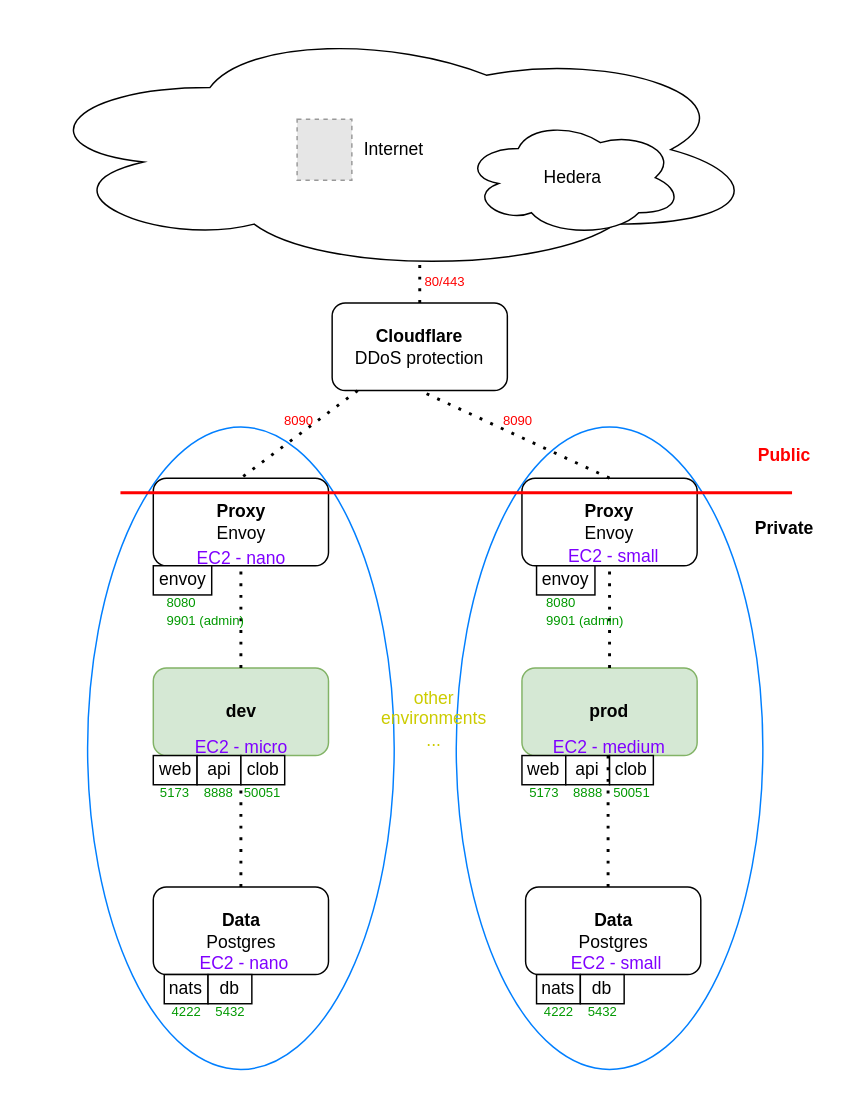
Above: resources/Predict.drawio in Amplified-Information/testing (draw.io), before the change. Source tidied: cells renumbered, new cells numbered last; positions are measured from the earlier drawing's top-left corner, leaving out a move shared by most shapes. Both pictures are drawn from the tidied source at 146%, with x=0, y=0 at pixel (25, 25). Pictures stored in the file or linked from it are replaced by grey dashed boxes.
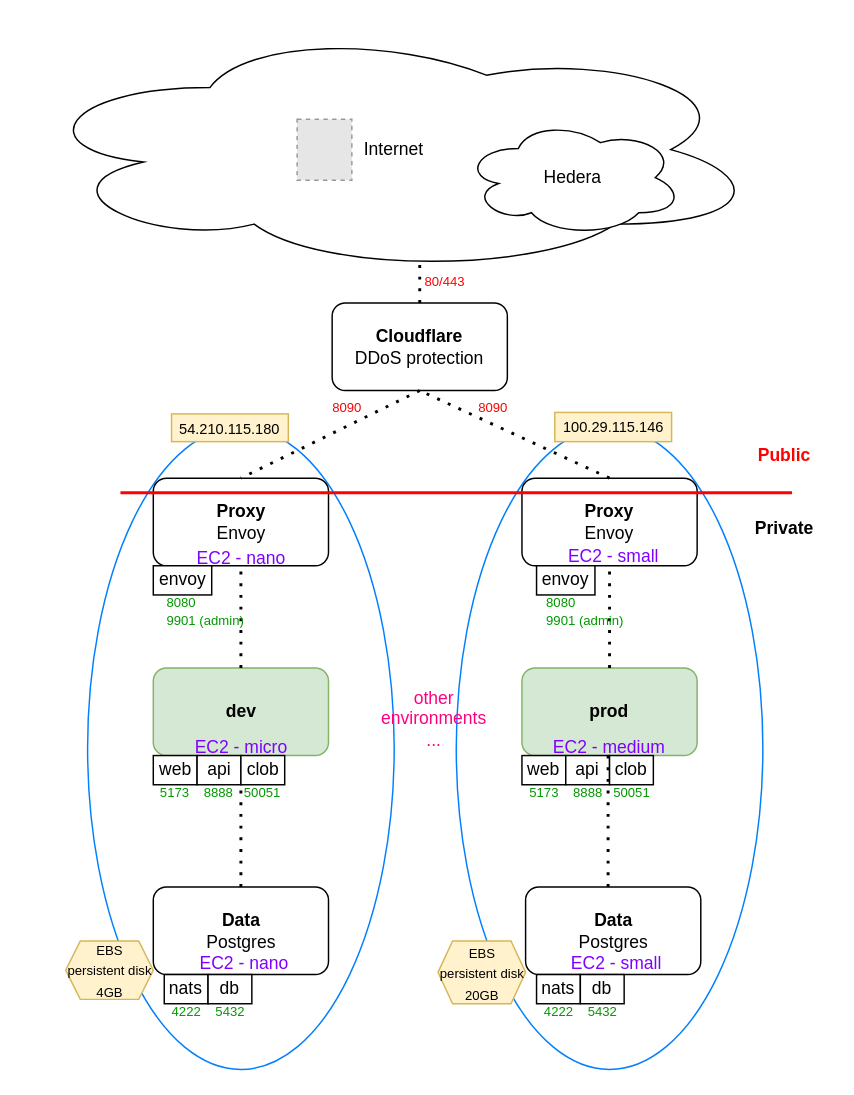
The same page after the edit.

Commit message (it also covers changes not shown here):
Updated the design diagram

The change refers to these unchanged cells:
```xml
<mxCell id="4" value="&lt;b&gt;Proxy&lt;/b&gt;&lt;br&gt;Envoy" style="rounded=1;whiteSpace=wrap;html=1;" parent="1" vertex="1">
  <mxGeometry x="87.5" y="310" width="120" height="60" as="geometry" />
</mxCell>
<mxCell id="14" value="&lt;b&gt;Cloudflare&lt;/b&gt;&lt;br&gt;DDoS protection" style="rounded=1;whiteSpace=wrap;html=1;" parent="1" vertex="1">
  <mxGeometry x="210" y="190" width="120" height="60" as="geometry" />
</mxCell>
```

Change to the diagram source:
```diff
@@
-    <mxCell id="8" value="other&lt;div&gt;environments&lt;/div&gt;&lt;div&gt;...&lt;/div&gt;" style="text;html=1;align=center;verticalAlign=middle;whiteSpace=wrap;rounded=0;fontColor=#CCCC00;" parent="1" vertex="1">
+    <mxCell id="8" value="other&lt;div&gt;environments&lt;/div&gt;&lt;div&gt;...&lt;/div&gt;" style="text;html=1;align=center;verticalAlign=middle;whiteSpace=wrap;rounded=0;fontColor=#FF0080;" parent="1" vertex="1">
       <mxGeometry x="250" y="460" width="60" height="30" as="geometry" />
     </mxCell>
@@
-    <mxCell id="15" style="endArrow=none;dashed=1;html=1;dashPattern=1 3;strokeWidth=2;rounded=0;exitX=0.5;exitY=1;exitDx=0;exitDy=0;entryX=0.5;entryY=0;entryDx=0;entryDy=0;" parent="1" edge="1" target="4">
-      <mxGeometry relative="1" as="geometry">
-        <mxPoint x="227.5" y="250" as="sourcePoint" />
-      </mxGeometry>
+    <mxCell id="15" style="endArrow=none;dashed=1;html=1;dashPattern=1 3;strokeWidth=2;rounded=0;entryX=0.5;entryY=0;entryDx=0;entryDy=0;exitX=0.5;exitY=1;exitDx=0;exitDy=0;" parent="1" edge="1" source="14" target="4">
+      <mxGeometry relative="1" as="geometry" />
     </mxCell>
@@
-    <mxCell id="35" value="&lt;font style=&quot;font-size: 9px; color: rgb(255, 0, 0);&quot;&gt;8090&lt;/font&gt;" style="text;html=1;whiteSpace=wrap;strokeColor=none;fillColor=none;align=center;verticalAlign=middle;rounded=0;" parent="1" vertex="1">
-      <mxGeometry x="165" y="265" width="45" height="10" as="geometry" />
-    </mxCell>
@@
     <mxCell id="52" value="&lt;font style=&quot;font-size: 9px; color: rgb(255, 0, 0);&quot;&gt;8090&lt;/font&gt;" style="text;html=1;whiteSpace=wrap;strokeColor=none;fillColor=none;align=center;verticalAlign=middle;rounded=0;" parent="1" vertex="1">
-      <mxGeometry x="315" y="265" width="45" height="10" as="geometry" />
+      <mxGeometry x="297.5" y="255.5" width="45" height="10" as="geometry" />
     </mxCell>
@@
+    <mxCell id="58" value="&lt;font style=&quot;font-size: 9px;&quot;&gt;EBS&lt;/font&gt;&lt;div&gt;&lt;font style=&quot;font-size: 9px;&quot;&gt;persistent disk&lt;/font&gt;&lt;/div&gt;&lt;div&gt;&lt;font style=&quot;font-size: 9px;&quot;&gt;4GB&lt;/font&gt;&lt;/div&gt;" style="shape=hexagon;perimeter=hexagonPerimeter2;whiteSpace=wrap;html=1;fixedSize=1;size=10;fillColor=#fff2cc;strokeColor=#d6b656;" parent="1" vertex="1">
+      <mxGeometry x="27.5" y="627" width="60" height="40" as="geometry" />
+    </mxCell>
+    <mxCell id="59" value="&lt;font style=&quot;font-size: 9px;&quot;&gt;EBS&lt;/font&gt;&lt;div&gt;&lt;font style=&quot;font-size: 9px;&quot;&gt;persistent disk&lt;/font&gt;&lt;/div&gt;&lt;div&gt;&lt;font style=&quot;font-size: 9px;&quot;&gt;20GB&lt;/font&gt;&lt;/div&gt;" style="shape=hexagon;perimeter=hexagonPerimeter2;whiteSpace=wrap;html=1;fixedSize=1;size=10;fillColor=#fff2cc;strokeColor=#d6b656;" parent="1" vertex="1">
+      <mxGeometry x="282.5" y="627" width="60" height="43" as="geometry" />
+    </mxCell>
+    <mxCell id="60" value="&lt;font style=&quot;font-size: 10px;&quot;&gt;54.210.115.180&lt;/font&gt;" style="rounded=0;whiteSpace=wrap;html=1;fillColor=#fff2cc;strokeColor=#d6b656;" parent="1" vertex="1">
+      <mxGeometry x="100" y="266" width="80" height="19" as="geometry" />
+    </mxCell>
+    <mxCell id="61" value="&lt;font style=&quot;font-size: 10px;&quot;&gt;100.29.115.146&lt;/font&gt;" style="rounded=0;whiteSpace=wrap;html=1;fillColor=#fff2cc;strokeColor=#d6b656;" parent="1" vertex="1">
+      <mxGeometry x="362.5" y="265" width="80" height="20" as="geometry" />
+    </mxCell>
+    <mxCell id="35" value="&lt;font style=&quot;font-size: 9px; color: rgb(255, 0, 0);&quot;&gt;8090&lt;/font&gt;" style="text;html=1;whiteSpace=wrap;strokeColor=none;fillColor=none;align=center;verticalAlign=middle;rounded=0;" parent="1" vertex="1">
+      <mxGeometry x="197.5" y="255.5" width="45" height="10" as="geometry" />
+    </mxCell>
```
